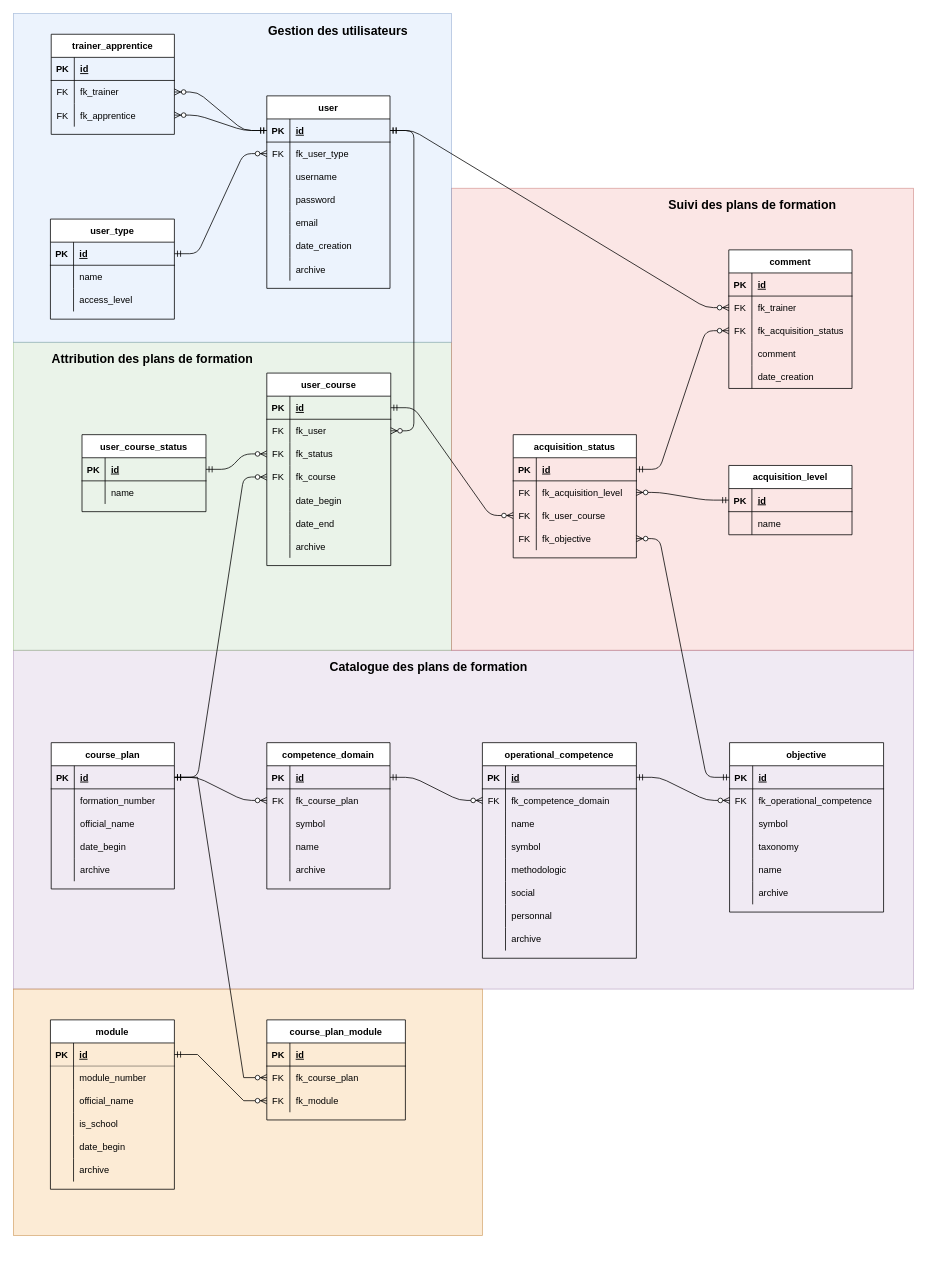
The draw.io diagram documentation/db_plafor.drawio in benmoumene/manage-course-codeigniter-4, before the edit. Source tidied: cells renumbered, new cells numbered last; positions are measured from the earlier drawing's top-left corner, leaving out a move shared by most shapes. Both pictures are drawn from the tidied source at 77%, with x=0, y=0 at pixel (13, 13).
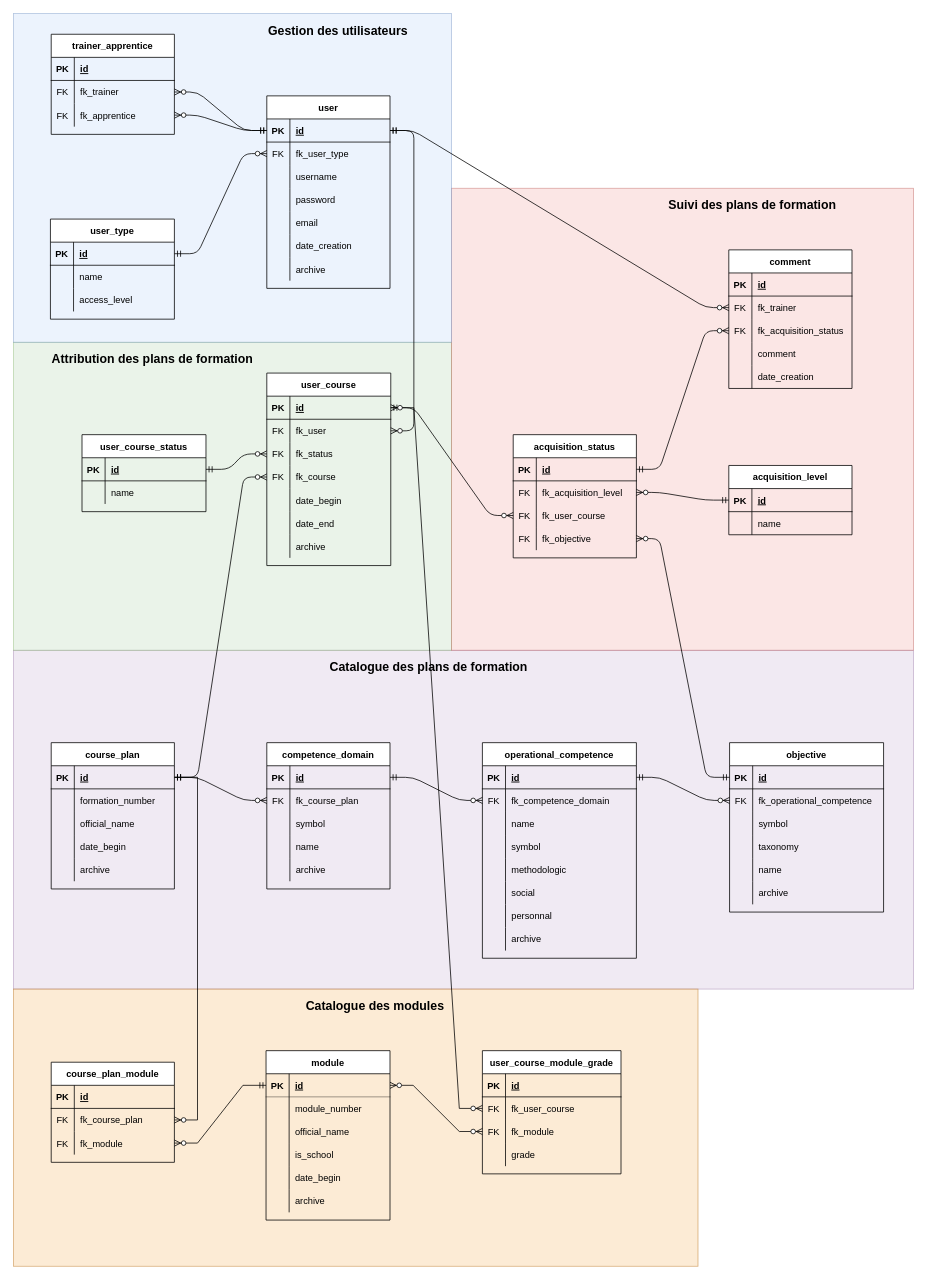
The same diagram, later.

The change refers to these unchanged cells:
```xml
<mxCell id="5" style="shape=partialRectangle;fillColor=none;top=0;left=0;bottom=1;right=0;points=[[0,0.5],[1,0.5]];portConstraint=eastwest;" parent="4" vertex="1">
  <mxGeometry y="30" width="161" height="30" as="geometry" />
</mxCell>
<mxCell id="209" style="shape=tableRow;horizontal=0;startSize=0;swimlaneHead=0;swimlaneBody=0;fillColor=none;points=[[0,0.5],[1,0.5]];portConstraint=eastwest;top=0;left=0;right=0;bottom=1;opacity=50;" parent="208" vertex="1">
  <mxGeometry y="30" width="161" height="30" as="geometry" />
</mxCell>
```

What changed in the source:
```diff
@@
     <mxCell id="207" style="rounded=0;whiteSpace=wrap;html=1;fillColor=#fad7ac;strokeColor=#b46504;opacity=50;" parent="1" vertex="1">
-      <mxGeometry y="1267" width="609" height="320" as="geometry" />
+      <mxGeometry y="1267" width="889" height="360" as="geometry" />
     </mxCell>
     <mxCell id="208" value="module" style="shape=table;startSize=30;childLayout=tableLayout;rowLines=0;fontStyle=1;align=center;swimlaneLine=1;rounded=0;shadow=0;sketch=0;" parent="1" vertex="1">
-      <mxGeometry x="48" y="1307" width="161" height="220" as="geometry" />
+      <mxGeometry x="328" y="1347" width="161" height="220" as="geometry" />
     </mxCell>
@@
     <mxCell id="227" value="course_plan_module" style="shape=table;startSize=30;childLayout=tableLayout;rowLines=0;fontStyle=1;align=center;rounded=0;shadow=0;sketch=0;" parent="1" vertex="1">
-      <mxGeometry x="329" y="1307" width="180" height="130" as="geometry" />
+      <mxGeometry x="49" y="1362" width="160" height="130" as="geometry" />
     </mxCell>
     <mxCell id="228" style="shape=tableRow;horizontal=0;startSize=0;swimlaneHead=0;swimlaneBody=0;fillColor=none;top=0;left=0;right=0;bottom=1;rounded=0;shadow=0;sketch=0;" parent="227" vertex="1">
-      <mxGeometry y="30" width="180" height="30" as="geometry" />
+      <mxGeometry y="30" width="160" height="30" as="geometry" />
     </mxCell>
@@
     <mxCell id="230" value="id" style="shape=partialRectangle;fillColor=none;top=0;left=0;bottom=0;right=0;align=left;spacingLeft=6;fontStyle=5;overflow=hidden;rounded=0;shadow=0;sketch=0;" parent="228" vertex="1">
-      <mxGeometry x="30" width="150" height="30" as="geometry" />
+      <mxGeometry x="30" width="130" height="30" as="geometry" />
     </mxCell>
     <mxCell id="231" style="shape=tableRow;horizontal=0;startSize=0;swimlaneHead=0;swimlaneBody=0;fillColor=none;points=[[0,0.5],[1,0.5]];portConstraint=eastwest;top=0;left=0;right=0;bottom=0;rounded=0;shadow=0;sketch=0;" parent="227" vertex="1">
-      <mxGeometry y="60" width="180" height="30" as="geometry" />
+      <mxGeometry y="60" width="160" height="30" as="geometry" />
     </mxCell>
@@
     <mxCell id="233" value="fk_course_plan" style="shape=partialRectangle;fillColor=none;top=0;left=0;bottom=0;right=0;align=left;spacingLeft=6;overflow=hidden;rounded=0;shadow=0;sketch=0;" parent="231" vertex="1">
-      <mxGeometry x="30" width="150" height="30" as="geometry" />
+      <mxGeometry x="30" width="130" height="30" as="geometry" />
     </mxCell>
     <mxCell id="234" style="shape=tableRow;horizontal=0;startSize=0;swimlaneHead=0;swimlaneBody=0;fillColor=none;points=[[0,0.5],[1,0.5]];portConstraint=eastwest;top=0;left=0;right=0;bottom=0;rounded=0;shadow=0;sketch=0;" parent="227" vertex="1">
-      <mxGeometry y="90" width="180" height="30" as="geometry" />
+      <mxGeometry y="90" width="160" height="30" as="geometry" />
     </mxCell>
@@
     <mxCell id="236" value="fk_module" style="shape=partialRectangle;fillColor=none;top=0;left=0;bottom=0;right=0;align=left;spacingLeft=6;overflow=hidden;rounded=0;shadow=0;sketch=0;" parent="234" vertex="1">
-      <mxGeometry x="30" width="150" height="30" as="geometry" />
+      <mxGeometry x="30" width="130" height="30" as="geometry" />
     </mxCell>
@@
+    <mxCell id="239" value="&lt;font style=&quot;font-size: 16px&quot;&gt;Catalogue des modules&lt;/font&gt;" style="text;strokeColor=none;fillColor=none;html=1;fontSize=24;fontStyle=1;verticalAlign=middle;align=left;opacity=50;" parent="1" vertex="1">
+      <mxGeometry x="378" y="1267" width="191" height="40" as="geometry" />
+    </mxCell>
+    <mxCell id="240" value="user_course_module_grade" style="shape=table;startSize=30;childLayout=tableLayout;rowLines=0;fontStyle=1;align=center;" parent="1" vertex="1">
+      <mxGeometry x="609" y="1347" width="180" height="160" as="geometry" />
+    </mxCell>
+    <mxCell id="241" style="shape=tableRow;horizontal=0;startSize=0;swimlaneHead=0;swimlaneBody=0;fillColor=none;top=0;left=0;right=0;bottom=1;" parent="240" vertex="1">
+      <mxGeometry y="30" width="180" height="30" as="geometry" />
+    </mxCell>
+    <mxCell id="242" value="PK" style="shape=partialRectangle;fillColor=none;top=0;left=0;bottom=0;right=0;fontStyle=1;overflow=hidden;" parent="241" vertex="1">
+      <mxGeometry width="30" height="30" as="geometry" />
+    </mxCell>
+    <mxCell id="243" value="id" style="shape=partialRectangle;fillColor=none;top=0;left=0;bottom=0;right=0;align=left;spacingLeft=6;fontStyle=5;overflow=hidden;" parent="241" vertex="1">
+      <mxGeometry x="30" width="150" height="30" as="geometry" />
+    </mxCell>
+    <mxCell id="244" style="shape=tableRow;horizontal=0;startSize=0;swimlaneHead=0;swimlaneBody=0;fillColor=none;points=[[0,0.5],[1,0.5]];portConstraint=eastwest;top=0;left=0;right=0;bottom=0;" parent="240" vertex="1">
+      <mxGeometry y="60" width="180" height="30" as="geometry" />
+    </mxCell>
+    <mxCell id="245" value="FK" style="shape=partialRectangle;fillColor=none;top=0;left=0;bottom=0;right=0;overflow=hidden;" parent="244" vertex="1">
+      <mxGeometry width="30" height="30" as="geometry" />
+    </mxCell>
+    <mxCell id="246" value="fk_user_course" style="shape=partialRectangle;fillColor=none;top=0;left=0;bottom=0;right=0;align=left;spacingLeft=6;overflow=hidden;" parent="244" vertex="1">
+      <mxGeometry x="30" width="150" height="30" as="geometry" />
+    </mxCell>
+    <mxCell id="247" style="shape=tableRow;horizontal=0;startSize=0;swimlaneHead=0;swimlaneBody=0;fillColor=none;points=[[0,0.5],[1,0.5]];portConstraint=eastwest;top=0;left=0;right=0;bottom=0;" parent="240" vertex="1">
+      <mxGeometry y="90" width="180" height="30" as="geometry" />
+    </mxCell>
+    <mxCell id="248" value="FK" style="shape=partialRectangle;fillColor=none;top=0;left=0;bottom=0;right=0;overflow=hidden;" parent="247" vertex="1">
+      <mxGeometry width="30" height="30" as="geometry" />
+    </mxCell>
+    <mxCell id="249" value="fk_module" style="shape=partialRectangle;fillColor=none;top=0;left=0;bottom=0;right=0;align=left;spacingLeft=6;overflow=hidden;" parent="247" vertex="1">
+      <mxGeometry x="30" width="150" height="30" as="geometry" />
+    </mxCell>
+    <mxCell id="250" style="shape=tableRow;horizontal=0;startSize=0;swimlaneHead=0;swimlaneBody=0;fillColor=none;top=0;left=0;right=0;bottom=0;" parent="240" vertex="1">
+      <mxGeometry y="120" width="180" height="30" as="geometry" />
+    </mxCell>
+    <mxCell id="251" style="shape=partialRectangle;fillColor=none;top=0;left=0;bottom=0;right=0;overflow=hidden;" parent="250" vertex="1">
+      <mxGeometry width="30" height="30" as="geometry" />
+    </mxCell>
+    <mxCell id="252" value="grade" style="shape=partialRectangle;fillColor=none;top=0;left=0;bottom=0;right=0;align=left;spacingLeft=6;overflow=hidden;" parent="250" vertex="1">
+      <mxGeometry x="30" width="150" height="30" as="geometry" />
+    </mxCell>
+    <mxCell id="253" style="edgeStyle=entityRelationEdgeStyle;fontSize=12;html=1;endArrow=ERzeroToMany;endFill=1;startArrow=ERzeroToMany;rounded=0;" parent="1" edge="1" source="209" target="247">
+      <mxGeometry relative="1" as="geometry" />
+    </mxCell>
+    <mxCell id="254" style="edgeStyle=entityRelationEdgeStyle;fontSize=12;html=1;endArrow=ERzeroToMany;endFill=1;startArrow=ERzeroToMany;rounded=0;" parent="1" edge="1" source="5" target="244">
+      <mxGeometry relative="1" as="geometry" />
+    </mxCell>
```
